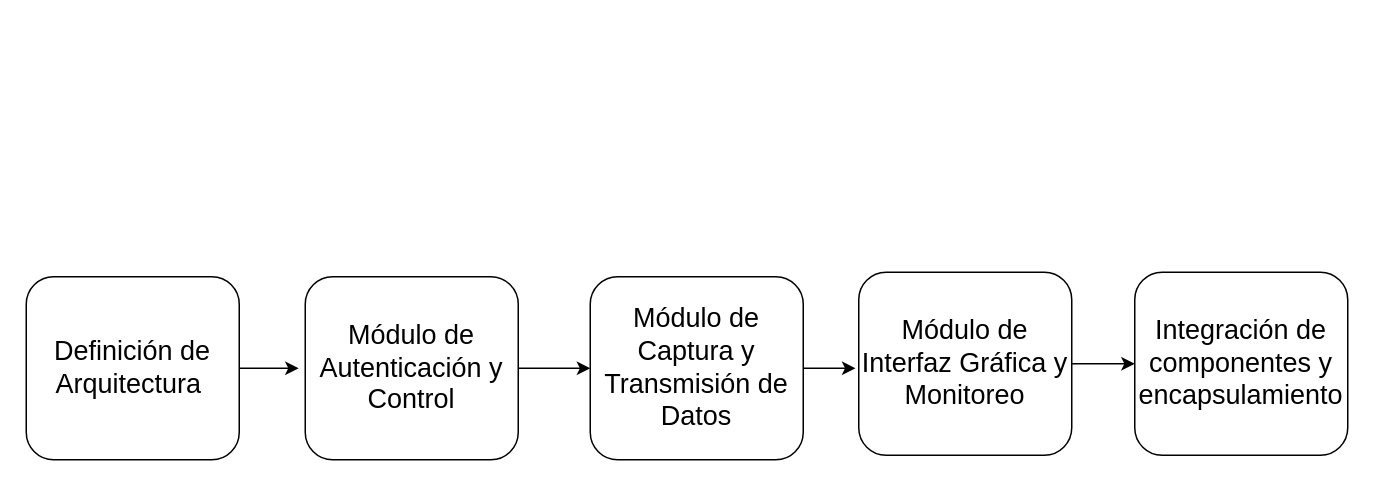
Above: modulos.drawio in Sasarindo00/Ingenieria-6semestre (draw.io), before the change. Source tidied: cells renumbered, new cells numbered last; positions are measured from the earlier drawing's top-left corner, leaving out a move shared by most shapes. Both pictures are drawn from the tidied source at 150%, with x=0, y=0 at pixel (26, 272).
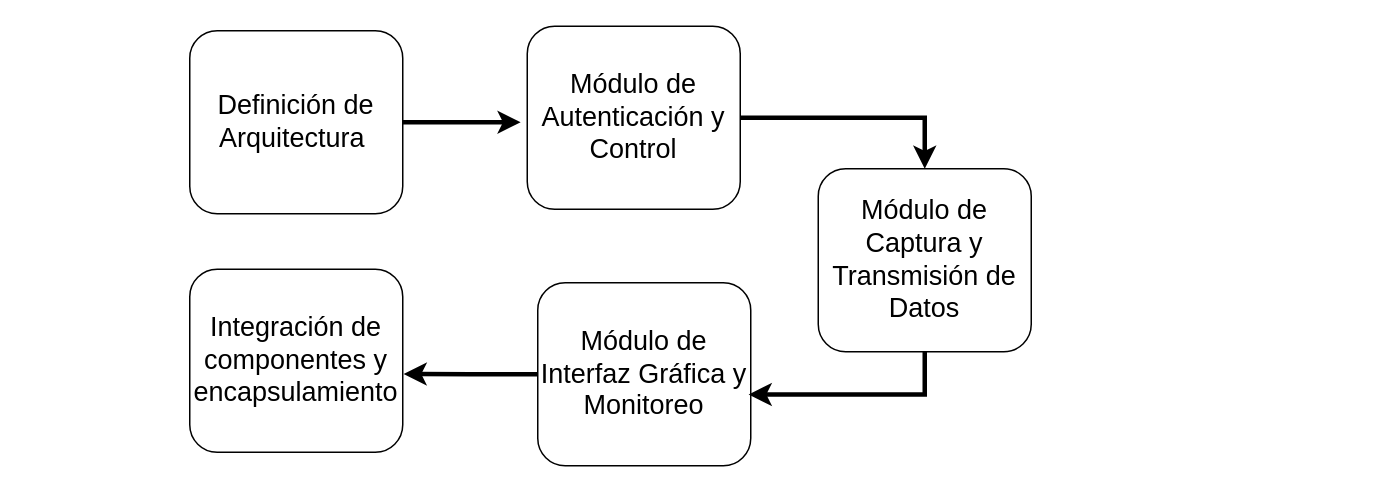
The same page after the edit.

Diff of the diagram source:
```diff
@@
 <mxGraphModel>
   <root>
     <mxCell id="0" />
     <mxCell id="1" parent="0" />
-    <mxCell id="2" style="edgeStyle=orthogonalEdgeStyle;rounded=0;jettySize=auto;html=1;exitX=1;exitY=0.5;exitDx=0;exitDy=0;" parent="1" edge="1" source="3">
-      <mxGeometry relative="1" as="geometry">
-        <mxPoint x="181.6" y="64" as="targetPoint" />
-      </mxGeometry>
-    </mxCell>
+    <mxCell id="11" style="edgeStyle=orthogonalEdgeStyle;rounded=0;jettySize=auto;html=1;exitX=1;exitY=0.5;exitDx=0;exitDy=0;strokeWidth=3;" parent="1" edge="1" source="3">
+      <mxGeometry relative="1" as="geometry">
+        <mxPoint x="329.6" y="-100" as="targetPoint" />
+      </mxGeometry>
+    </mxCell>
     <mxCell id="3" value="&lt;font style=&quot;font-size: 18px;&quot;&gt;Definición de Arquitectura&amp;nbsp;&lt;/font&gt;" style="rounded=1;whiteSpace=wrap;html=1;" parent="1" vertex="1">
-      <mxGeometry y="3" width="142" height="122" as="geometry" />
+      <mxGeometry x="109" y="-161" width="142" height="122" as="geometry" />
     </mxCell>
-    <mxCell id="4" style="edgeStyle=orthogonalEdgeStyle;rounded=0;jettySize=auto;html=1;exitX=1;exitY=0.5;exitDx=0;exitDy=0;entryX=0;entryY=0.5;entryDx=0;entryDy=0;" parent="1" edge="1" source="5" target="7">
+    <mxCell id="4" style="edgeStyle=orthogonalEdgeStyle;rounded=0;jettySize=auto;html=1;exitX=1;exitY=0.5;exitDx=0;exitDy=0;entryX=0.5;entryY=0;entryDx=0;entryDy=0;strokeWidth=3;" parent="1" edge="1" source="5" target="7">
       <mxGeometry relative="1" as="geometry" />
     </mxCell>
     <mxCell id="5" value="&lt;font style=&quot;font-size: 18px;&quot;&gt;Módulo de Autenticación y Control&lt;/font&gt;" style="rounded=1;whiteSpace=wrap;html=1;" parent="1" vertex="1">
-      <mxGeometry x="186" y="3" width="142" height="122" as="geometry" />
+      <mxGeometry x="334" y="-164" width="142" height="122" as="geometry" />
     </mxCell>
-    <mxCell id="6" style="edgeStyle=orthogonalEdgeStyle;rounded=0;jettySize=auto;html=1;exitX=1;exitY=0.5;exitDx=0;exitDy=0;" parent="1" edge="1" source="7">
-      <mxGeometry relative="1" as="geometry">
-        <mxPoint x="552.8" y="64" as="targetPoint" />
-      </mxGeometry>
-    </mxCell>
     <mxCell id="7" value="&lt;font style=&quot;font-size: 18px;&quot;&gt;Módulo de Captura y Transmisión de Datos&lt;/font&gt;" style="rounded=1;whiteSpace=wrap;html=1;" parent="1" vertex="1">
-      <mxGeometry x="376" y="3" width="142" height="122" as="geometry" />
+      <mxGeometry x="528" y="-69" width="142" height="122" as="geometry" />
     </mxCell>
-    <mxCell id="8" style="edgeStyle=orthogonalEdgeStyle;rounded=0;jettySize=auto;html=1;exitX=1;exitY=0.5;exitDx=0;exitDy=0;entryX=0;entryY=0.5;entryDx=0;entryDy=0;" parent="1" edge="1" source="9" target="10">
-      <mxGeometry relative="1" as="geometry" />
-    </mxCell>
     <mxCell id="9" value="&lt;font style=&quot;font-size: 18px;&quot;&gt;Módulo de Interfaz Gráfica y Monitoreo&lt;/font&gt;" style="rounded=1;whiteSpace=wrap;html=1;" parent="1" vertex="1">
-      <mxGeometry x="555" width="142" height="122" as="geometry" />
+      <mxGeometry x="341" y="7" width="142" height="122" as="geometry" />
     </mxCell>
     <mxCell id="10" value="&lt;font style=&quot;font-size: 18px;&quot;&gt;Integración de componentes y encapsulamiento&lt;/font&gt;" style="rounded=1;whiteSpace=wrap;html=1;" parent="1" vertex="1">
-      <mxGeometry x="739" width="142" height="122" as="geometry" />
+      <mxGeometry x="109" y="-2" width="142" height="122" as="geometry" />
     </mxCell>
+    <mxCell id="12" style="edgeStyle=orthogonalEdgeStyle;rounded=0;jettySize=auto;html=1;exitX=0.5;exitY=1;exitDx=0;exitDy=0;entryX=0.99;entryY=0.611;entryDx=0;entryDy=0;entryPerimeter=0;strokeWidth=3;" parent="1" edge="1" source="7" target="9">
+      <mxGeometry relative="1" as="geometry" />
+    </mxCell>
+    <mxCell id="8" style="edgeStyle=orthogonalEdgeStyle;rounded=0;jettySize=auto;html=1;exitX=0;exitY=0.5;exitDx=0;exitDy=0;entryX=1.004;entryY=0.572;entryDx=0;entryDy=0;entryPerimeter=0;strokeWidth=3;" parent="1" edge="1" source="9" target="10">
+      <mxGeometry relative="1" as="geometry" />
+    </mxCell>
   </root>
 </mxGraphModel>
```
